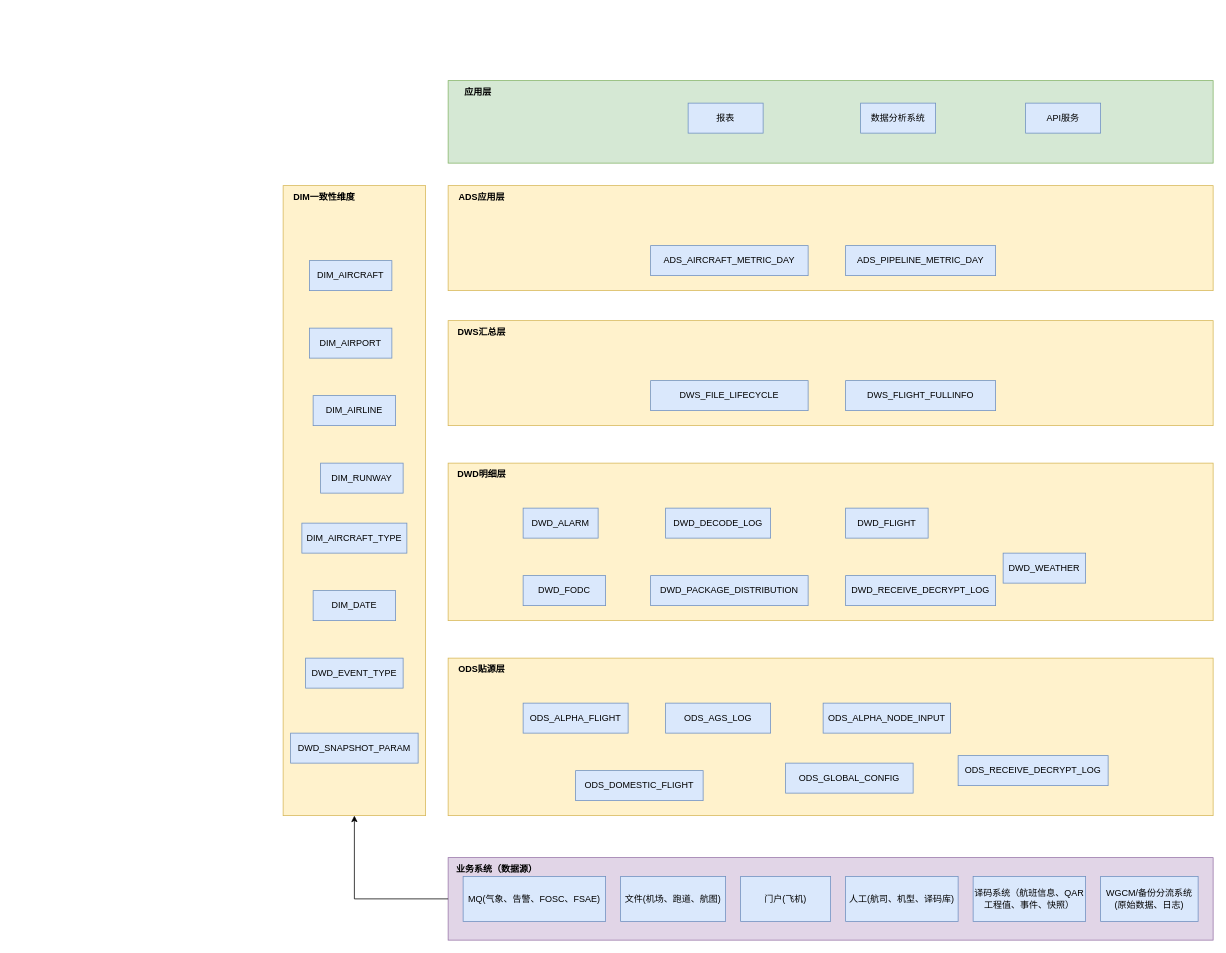
mnzn/draw.io keeps this draw.io diagram as 航科院数仓数据分层架构图.drawio. Above is the earlier version. Source tidied: cells renumbered, new cells numbered last; positions are measured from the earlier drawing's top-left corner, leaving out a move shared by most shapes. Both pictures are drawn from the tidied source at 75%, with x=0, y=0 at pixel (283, 80).
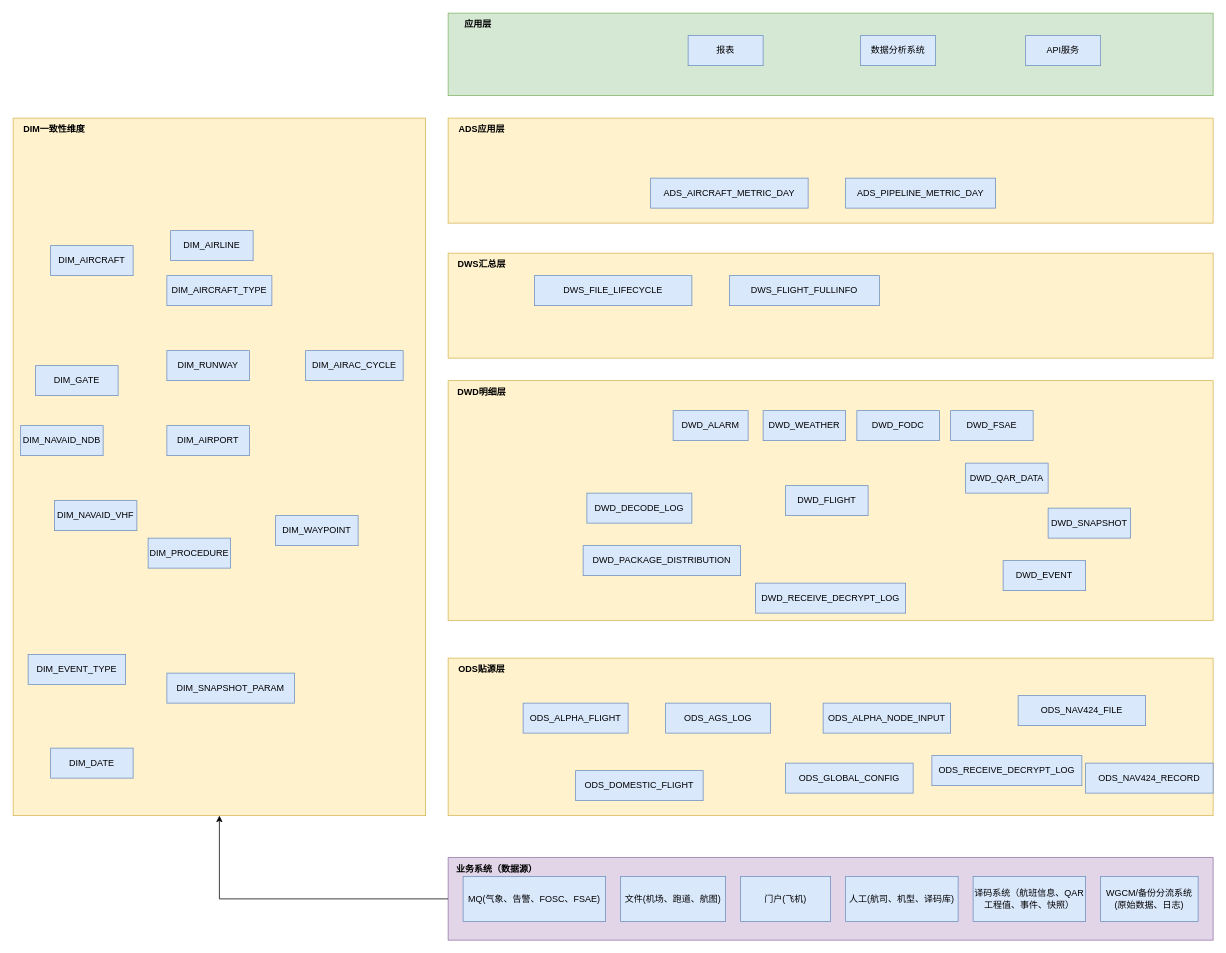
After the change.

Commit message:
更新航科院数仓数据分层架构图.drawio

Change to the diagram source:
```diff
@@
     <mxCell id="15" value="ODS_RECEIVE_DECRYPT_LOG" style="rounded=0;whiteSpace=wrap;html=1;fillColor=#dae8fc;strokeColor=#6c8ebf;" parent="1" vertex="1">
-      <mxGeometry x="900" y="900" width="200" height="40" as="geometry" />
+      <mxGeometry x="865" y="900" width="200" height="40" as="geometry" />
     </mxCell>
@@
     <mxCell id="18" style="rounded=0;whiteSpace=wrap;html=1;fillColor=#fff2cc;strokeColor=#d6b656;" parent="1" vertex="1">
-      <mxGeometry x="220" y="510" width="1020" height="210" as="geometry" />
+      <mxGeometry x="220" y="400" width="1020" height="320" as="geometry" />
     </mxCell>
     <mxCell id="19" value="DWD_DECODE_LOG" style="rounded=0;whiteSpace=wrap;html=1;fillColor=#dae8fc;strokeColor=#6c8ebf;" parent="1" vertex="1">
-      <mxGeometry x="510" y="570" width="140" height="40" as="geometry" />
+      <mxGeometry x="405" y="550" width="140" height="40" as="geometry" />
     </mxCell>
     <mxCell id="20" value="DWD_ALARM" style="rounded=0;whiteSpace=wrap;html=1;fillColor=#dae8fc;strokeColor=#6c8ebf;" parent="1" vertex="1">
-      <mxGeometry x="320" y="570" width="100" height="40" as="geometry" />
+      <mxGeometry x="520" y="440" width="100" height="40" as="geometry" />
     </mxCell>
     <mxCell id="21" value="DWD_FLIGHT" style="rounded=0;whiteSpace=wrap;html=1;fillColor=#dae8fc;strokeColor=#6c8ebf;" parent="1" vertex="1">
-      <mxGeometry x="750" y="570" width="110" height="40" as="geometry" />
+      <mxGeometry x="670" y="540" width="110" height="40" as="geometry" />
     </mxCell>
     <mxCell id="22" value="DWD_FODC" style="rounded=0;whiteSpace=wrap;html=1;fillColor=#dae8fc;strokeColor=#6c8ebf;" parent="1" vertex="1">
-      <mxGeometry x="320" y="660" width="110" height="40" as="geometry" />
+      <mxGeometry x="765" y="440" width="110" height="40" as="geometry" />
     </mxCell>
     <mxCell id="23" value="DWD_PACKAGE_DISTRIBUTION" style="rounded=0;whiteSpace=wrap;html=1;fillColor=#dae8fc;strokeColor=#6c8ebf;" parent="1" vertex="1">
-      <mxGeometry x="490" y="660" width="210" height="40" as="geometry" />
+      <mxGeometry x="400" y="620" width="210" height="40" as="geometry" />
     </mxCell>
     <mxCell id="24" value="DWD_RECEIVE_DECRYPT_LOG" style="rounded=0;whiteSpace=wrap;html=1;fillColor=#dae8fc;strokeColor=#6c8ebf;" parent="1" vertex="1">
-      <mxGeometry x="750" y="660" width="200" height="40" as="geometry" />
+      <mxGeometry x="630" y="670" width="200" height="40" as="geometry" />
     </mxCell>
     <mxCell id="25" value="DWD明细层" style="text;html=1;whiteSpace=wrap;strokeColor=none;fillColor=none;align=center;verticalAlign=middle;rounded=0;fontStyle=1;" parent="1" vertex="1">
-      <mxGeometry x="220" y="510" width="90" height="30" as="geometry" />
+      <mxGeometry x="220" y="400" width="90" height="30" as="geometry" />
     </mxCell>
     <mxCell id="26" value="DWD_WEATHER" style="rounded=0;whiteSpace=wrap;html=1;fillColor=#dae8fc;strokeColor=#6c8ebf;" parent="1" vertex="1">
-      <mxGeometry x="960" y="630" width="110" height="40" as="geometry" />
+      <mxGeometry x="640" y="440" width="110" height="40" as="geometry" />
     </mxCell>
     <mxCell id="27" style="rounded=0;whiteSpace=wrap;html=1;fillColor=#fff2cc;strokeColor=#d6b656;" parent="1" vertex="1">
-      <mxGeometry x="220" y="320" width="1020" height="140" as="geometry" />
+      <mxGeometry x="220" y="230" width="1020" height="140" as="geometry" />
     </mxCell>
     <mxCell id="28" value="DWS_FILE_LIFECYCLE" style="rounded=0;whiteSpace=wrap;html=1;fillColor=#dae8fc;strokeColor=#6c8ebf;" parent="1" vertex="1">
-      <mxGeometry x="490" y="400" width="210" height="40" as="geometry" />
+      <mxGeometry x="335" y="260" width="210" height="40" as="geometry" />
     </mxCell>
     <mxCell id="29" value="DWS_FLIGHT_FULLINFO" style="rounded=0;whiteSpace=wrap;html=1;fillColor=#dae8fc;strokeColor=#6c8ebf;" parent="1" vertex="1">
-      <mxGeometry x="750" y="400" width="200" height="40" as="geometry" />
+      <mxGeometry x="595" y="260" width="200" height="40" as="geometry" />
     </mxCell>
     <mxCell id="30" value="DWS汇总层" style="text;html=1;whiteSpace=wrap;strokeColor=none;fillColor=none;align=center;verticalAlign=middle;rounded=0;fontStyle=1;" parent="1" vertex="1">
-      <mxGeometry x="220" y="320" width="90" height="30" as="geometry" />
+      <mxGeometry x="220" y="230" width="90" height="30" as="geometry" />
     </mxCell>
     <mxCell id="31" style="rounded=0;whiteSpace=wrap;html=1;fillColor=#fff2cc;strokeColor=#d6b656;" parent="1" vertex="1">
-      <mxGeometry x="220" y="140" width="1020" height="140" as="geometry" />
+      <mxGeometry x="220" y="50" width="1020" height="140" as="geometry" />
     </mxCell>
     <mxCell id="32" value="ADS_AIRCRAFT_METRIC_DAY" style="rounded=0;whiteSpace=wrap;html=1;fillColor=#dae8fc;strokeColor=#6c8ebf;" parent="1" vertex="1">
-      <mxGeometry x="490" y="220" width="210" height="40" as="geometry" />
+      <mxGeometry x="490" y="130" width="210" height="40" as="geometry" />
     </mxCell>
     <mxCell id="33" value="ADS_PIPELINE_METRIC_DAY" style="rounded=0;whiteSpace=wrap;html=1;fillColor=#dae8fc;strokeColor=#6c8ebf;" parent="1" vertex="1">
-      <mxGeometry x="750" y="220" width="200" height="40" as="geometry" />
+      <mxGeometry x="750" y="130" width="200" height="40" as="geometry" />
     </mxCell>
     <mxCell id="34" value="ADS应用层" style="text;html=1;whiteSpace=wrap;strokeColor=none;fillColor=none;align=center;verticalAlign=middle;rounded=0;fontStyle=1;" parent="1" vertex="1">
-      <mxGeometry x="225" y="140" width="80" height="30" as="geometry" />
+      <mxGeometry x="225" y="50" width="80" height="30" as="geometry" />
     </mxCell>
     <mxCell id="35" style="rounded=0;whiteSpace=wrap;html=1;fillColor=#fff2cc;strokeColor=#d6b656;" parent="1" vertex="1">
-      <mxGeometry y="140" width="190" height="840" as="geometry" />
+      <mxGeometry x="-360" y="50" width="550" height="930" as="geometry" />
     </mxCell>
     <mxCell id="36" value="DIM一致性维度" style="text;html=1;whiteSpace=wrap;strokeColor=none;fillColor=none;align=center;verticalAlign=middle;rounded=0;fontStyle=1;" parent="1" vertex="1">
-      <mxGeometry y="140" width="110" height="30" as="geometry" />
+      <mxGeometry x="-360" y="50" width="110" height="30" as="geometry" />
     </mxCell>
     <mxCell id="37" value="DIM_AIRCRAFT" style="rounded=0;whiteSpace=wrap;html=1;fillColor=#dae8fc;strokeColor=#6c8ebf;" parent="1" vertex="1">
-      <mxGeometry x="35" y="240" width="110" height="40" as="geometry" />
+      <mxGeometry x="-310" y="220" width="110" height="40" as="geometry" />
     </mxCell>
     <mxCell id="38" value="DIM_AIRPORT" style="rounded=0;whiteSpace=wrap;html=1;fillColor=#dae8fc;strokeColor=#6c8ebf;" parent="1" vertex="1">
-      <mxGeometry x="35" y="330" width="110" height="40" as="geometry" />
+      <mxGeometry x="-155" y="460" width="110" height="40" as="geometry" />
     </mxCell>
     <mxCell id="39" value="DIM_AIRCRAFT_TYPE" style="rounded=0;whiteSpace=wrap;html=1;fillColor=#dae8fc;strokeColor=#6c8ebf;" parent="1" vertex="1">
-      <mxGeometry x="25" y="590" width="140" height="40" as="geometry" />
+      <mxGeometry x="-155" y="260" width="140" height="40" as="geometry" />
     </mxCell>
     <mxCell id="40" value="DIM_RUNWAY" style="rounded=0;whiteSpace=wrap;html=1;fillColor=#dae8fc;strokeColor=#6c8ebf;" parent="1" vertex="1">
-      <mxGeometry x="50" y="510" width="110" height="40" as="geometry" />
+      <mxGeometry x="-155" y="360" width="110" height="40" as="geometry" />
     </mxCell>
     <mxCell id="41" value="DIM_DATE" style="rounded=0;whiteSpace=wrap;html=1;fillColor=#dae8fc;strokeColor=#6c8ebf;" parent="1" vertex="1">
-      <mxGeometry x="40" y="680" width="110" height="40" as="geometry" />
+      <mxGeometry x="-310" y="890" width="110" height="40" as="geometry" />
     </mxCell>
     <mxCell id="42" value="DIM_AIRLINE" style="rounded=0;whiteSpace=wrap;html=1;fillColor=#dae8fc;strokeColor=#6c8ebf;" parent="1" vertex="1">
-      <mxGeometry x="40" y="420" width="110" height="40" as="geometry" />
+      <mxGeometry x="-150" y="200" width="110" height="40" as="geometry" />
     </mxCell>
-    <mxCell id="43" value="DWD_EVENT_TYPE" style="rounded=0;whiteSpace=wrap;html=1;fillColor=#dae8fc;strokeColor=#6c8ebf;" parent="1" vertex="1">
-      <mxGeometry x="30" y="770" width="130" height="40" as="geometry" />
+    <mxCell id="43" value="DIM_EVENT_TYPE" style="rounded=0;whiteSpace=wrap;html=1;fillColor=#dae8fc;strokeColor=#6c8ebf;" parent="1" vertex="1">
+      <mxGeometry x="-340" y="765" width="130" height="40" as="geometry" />
     </mxCell>
-    <mxCell id="44" value="DWD_SNAPSHOT_PARAM" style="rounded=0;whiteSpace=wrap;html=1;fillColor=#dae8fc;strokeColor=#6c8ebf;" parent="1" vertex="1">
-      <mxGeometry x="10" y="870" width="170" height="40" as="geometry" />
+    <mxCell id="44" value="DIM_SNAPSHOT_PARAM" style="rounded=0;whiteSpace=wrap;html=1;fillColor=#dae8fc;strokeColor=#6c8ebf;" parent="1" vertex="1">
+      <mxGeometry x="-155" y="790" width="170" height="40" as="geometry" />
     </mxCell>
@@
     <mxCell id="46" style="rounded=0;whiteSpace=wrap;html=1;fillColor=#d5e8d4;strokeColor=#82b366;" parent="1" vertex="1">
-      <mxGeometry x="220" width="1020" height="110" as="geometry" />
+      <mxGeometry x="220" y="-90" width="1020" height="110" as="geometry" />
     </mxCell>
     <mxCell id="47" value="应用层" style="text;html=1;whiteSpace=wrap;strokeColor=none;fillColor=none;align=center;verticalAlign=middle;rounded=0;fontStyle=1;" parent="1" vertex="1">
-      <mxGeometry x="230" width="60" height="30" as="geometry" />
+      <mxGeometry x="230" y="-90" width="60" height="30" as="geometry" />
     </mxCell>
     <mxCell id="48" value="报表" style="rounded=0;whiteSpace=wrap;html=1;fillColor=#dae8fc;strokeColor=#6c8ebf;" parent="1" vertex="1">
-      <mxGeometry x="540" y="30" width="100" height="40" as="geometry" />
+      <mxGeometry x="540" y="-60" width="100" height="40" as="geometry" />
     </mxCell>
     <mxCell id="49" value="数据分析系统" style="rounded=0;whiteSpace=wrap;html=1;fillColor=#dae8fc;strokeColor=#6c8ebf;" parent="1" vertex="1">
-      <mxGeometry x="770" y="30" width="100" height="40" as="geometry" />
+      <mxGeometry x="770" y="-60" width="100" height="40" as="geometry" />
     </mxCell>
     <mxCell id="50" value="API服务" style="rounded=0;whiteSpace=wrap;html=1;fillColor=#dae8fc;strokeColor=#6c8ebf;" parent="1" vertex="1">
-      <mxGeometry x="990" y="30" width="100" height="40" as="geometry" />
+      <mxGeometry x="990" y="-60" width="100" height="40" as="geometry" />
     </mxCell>
+    <mxCell id="51" value="DWD_FSAE" style="rounded=0;whiteSpace=wrap;html=1;fillColor=#dae8fc;strokeColor=#6c8ebf;" parent="1" vertex="1">
+      <mxGeometry x="890" y="440" width="110" height="40" as="geometry" />
+    </mxCell>
+    <mxCell id="52" value="DWD_EVENT" style="rounded=0;whiteSpace=wrap;html=1;fillColor=#dae8fc;strokeColor=#6c8ebf;" parent="1" vertex="1">
+      <mxGeometry x="960" y="640" width="110" height="40" as="geometry" />
+    </mxCell>
+    <mxCell id="53" value="DWD_QAR_DATA" style="rounded=0;whiteSpace=wrap;html=1;fillColor=#dae8fc;strokeColor=#6c8ebf;" parent="1" vertex="1">
+      <mxGeometry x="910" y="510" width="110" height="40" as="geometry" />
+    </mxCell>
+    <mxCell id="54" value="DWD_SNAPSHOT" style="rounded=0;whiteSpace=wrap;html=1;fillColor=#dae8fc;strokeColor=#6c8ebf;" parent="1" vertex="1">
+      <mxGeometry x="1020" y="570" width="110" height="40" as="geometry" />
+    </mxCell>
+    <mxCell id="55" value="DIM_NAVAID_NDB" style="rounded=0;whiteSpace=wrap;html=1;fillColor=#dae8fc;strokeColor=#6c8ebf;" parent="1" vertex="1">
+      <mxGeometry x="-350" y="460" width="110" height="40" as="geometry" />
+    </mxCell>
+    <mxCell id="56" value="DIM_GATE" style="rounded=0;whiteSpace=wrap;html=1;fillColor=#dae8fc;strokeColor=#6c8ebf;" parent="1" vertex="1">
+      <mxGeometry x="-330" y="380" width="110" height="40" as="geometry" />
+    </mxCell>
+    <mxCell id="57" value="DIM_PROCEDURE" style="rounded=0;whiteSpace=wrap;html=1;fillColor=#dae8fc;strokeColor=#6c8ebf;" parent="1" vertex="1">
+      <mxGeometry x="-180" y="610" width="110" height="40" as="geometry" />
+    </mxCell>
+    <mxCell id="58" value="DIM_AIRAC_CYCLE" style="rounded=0;whiteSpace=wrap;html=1;fillColor=#dae8fc;strokeColor=#6c8ebf;" parent="1" vertex="1">
+      <mxGeometry x="30" y="360" width="130" height="40" as="geometry" />
+    </mxCell>
+    <mxCell id="59" value="DIM_WAYPOINT" style="rounded=0;whiteSpace=wrap;html=1;fillColor=#dae8fc;strokeColor=#6c8ebf;" parent="1" vertex="1">
+      <mxGeometry x="-10" y="580" width="110" height="40" as="geometry" />
+    </mxCell>
+    <mxCell id="60" value="DIM_NAVAID_VHF" style="rounded=0;whiteSpace=wrap;html=1;fillColor=#dae8fc;strokeColor=#6c8ebf;" parent="1" vertex="1">
+      <mxGeometry x="-305" y="560" width="110" height="40" as="geometry" />
+    </mxCell>
+    <mxCell id="61" value=" ODS_NAV424_FILE" style="rounded=0;whiteSpace=wrap;html=1;fillColor=#dae8fc;strokeColor=#6c8ebf;" parent="1" vertex="1">
+      <mxGeometry x="980" y="820" width="170" height="40" as="geometry" />
+    </mxCell>
+    <mxCell id="62" value=" ODS_NAV424_RECORD" style="rounded=0;whiteSpace=wrap;html=1;fillColor=#dae8fc;strokeColor=#6c8ebf;" parent="1" vertex="1">
+      <mxGeometry x="1070" y="910" width="170" height="40" as="geometry" />
+    </mxCell>
```
